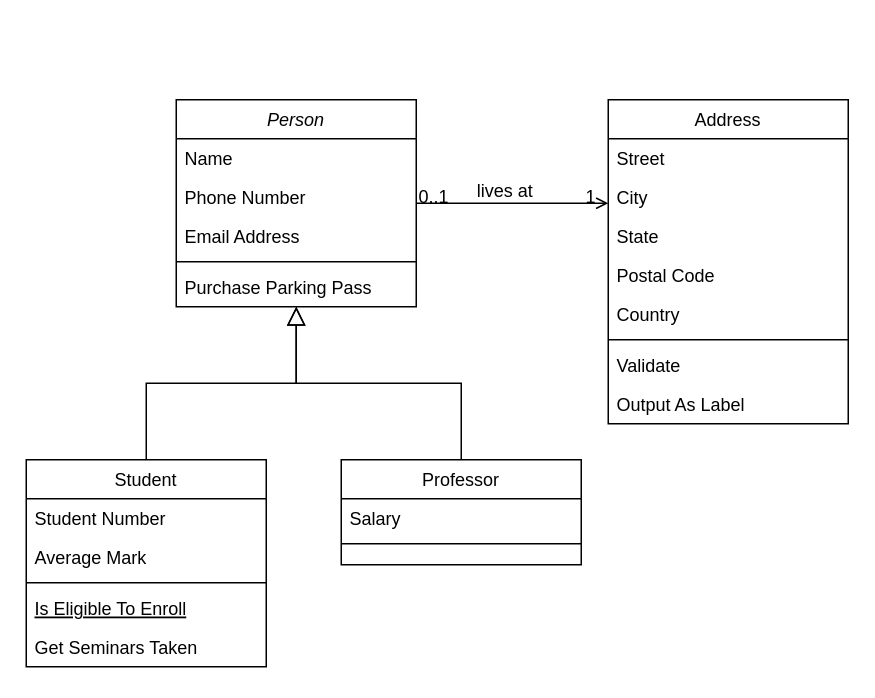
The draw.io diagram Inventory.drawio in JCKaren/Project_TP, before the edit. Source tidied: cells renumbered, new cells numbered last; positions are measured from the earlier drawing's top-left corner, leaving out a move shared by most shapes. Both pictures are drawn from the tidied source at 150%, with x=0, y=0 at pixel (26, 99).
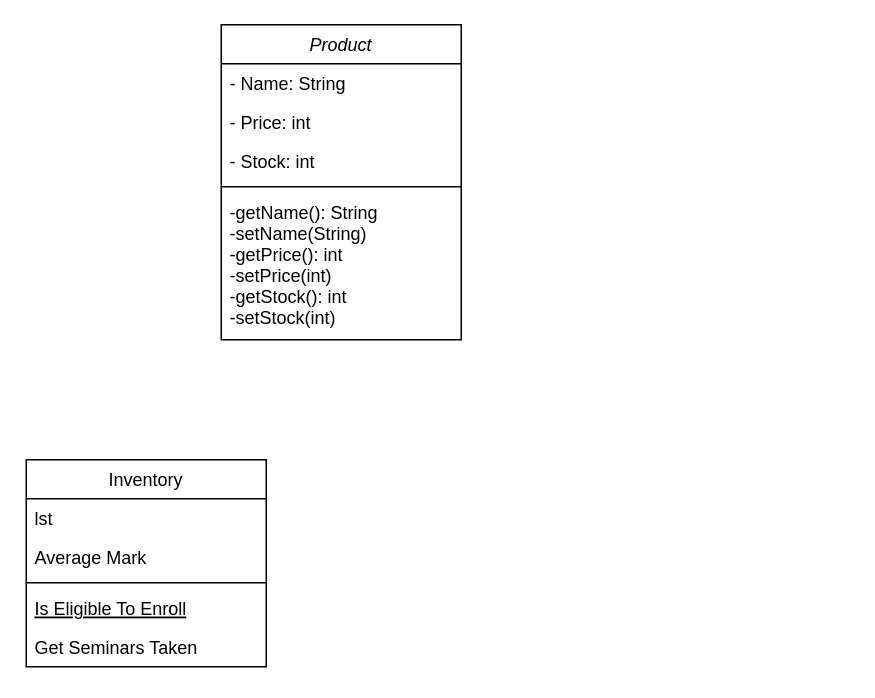
The same diagram, later.

What changed in the source:
```diff
@@
-    <mxCell id="2" value="Person" style="swimlane;fontStyle=2;align=center;verticalAlign=top;horizontal=1;startSize=26;rounded=0;shadow=0;strokeWidth=1;" parent="1" vertex="1">
-      <mxGeometry x="100" width="160" height="138" as="geometry" />
+    <mxCell id="2" value="Product" style="swimlane;fontStyle=2;align=center;verticalAlign=top;horizontal=1;startSize=26;rounded=0;shadow=0;strokeWidth=1;" parent="1" vertex="1">
+      <mxGeometry x="130" y="-50" width="160" height="210" as="geometry" />
     </mxCell>
-    <mxCell id="3" value="Name" style="text;align=left;verticalAlign=top;spacingLeft=4;spacingRight=4;overflow=hidden;" parent="2" vertex="1">
+    <mxCell id="3" value="- Name: String" style="text;align=left;verticalAlign=top;spacingLeft=4;spacingRight=4;overflow=hidden;" parent="2" vertex="1">
       <mxGeometry y="26" width="160" height="26" as="geometry" />
     </mxCell>
-    <mxCell id="4" value="Phone Number" style="text;align=left;verticalAlign=top;spacingLeft=4;spacingRight=4;overflow=hidden;rounded=0;shadow=0;html=0;" parent="2" vertex="1">
+    <mxCell id="4" value="- Price: int" style="text;align=left;verticalAlign=top;spacingLeft=4;spacingRight=4;overflow=hidden;rounded=0;shadow=0;html=0;" parent="2" vertex="1">
       <mxGeometry y="52" width="160" height="26" as="geometry" />
     </mxCell>
-    <mxCell id="5" value="Email Address" style="text;align=left;verticalAlign=top;spacingLeft=4;spacingRight=4;overflow=hidden;rounded=0;shadow=0;html=0;" parent="2" vertex="1">
+    <mxCell id="5" value="- Stock: int" style="text;align=left;verticalAlign=top;spacingLeft=4;spacingRight=4;overflow=hidden;rounded=0;shadow=0;html=0;" parent="2" vertex="1">
       <mxGeometry y="78" width="160" height="26" as="geometry" />
     </mxCell>
@@
-    <mxCell id="7" value="Purchase Parking Pass" style="text;align=left;verticalAlign=top;spacingLeft=4;spacingRight=4;overflow=hidden;" parent="2" vertex="1">
-      <mxGeometry y="112" width="160" height="26" as="geometry" />
+    <mxCell id="7" value="-getName(): String&#10;-setName(String)&#10;-getPrice(): int&#10;-setPrice(int)&#10;-getStock(): int&#10;-setStock(int)" style="text;align=left;verticalAlign=top;spacingLeft=4;spacingRight=4;overflow=hidden;" parent="2" vertex="1">
+      <mxGeometry y="112" width="160" height="98" as="geometry" />
     </mxCell>
-    <mxCell id="8" value="Student" style="swimlane;fontStyle=0;align=center;verticalAlign=top;horizontal=1;startSize=26;rounded=0;shadow=0;strokeWidth=1;" parent="1" vertex="1">
+    <mxCell id="8" value="Inventory" style="swimlane;fontStyle=0;align=center;verticalAlign=top;horizontal=1;startSize=26;rounded=0;shadow=0;strokeWidth=1;" parent="1" vertex="1">
       <mxGeometry y="240" width="160" height="138" as="geometry" />
     </mxCell>
-    <mxCell id="9" value="Student Number" style="text;align=left;verticalAlign=top;spacingLeft=4;spacingRight=4;overflow=hidden;" parent="8" vertex="1">
+    <mxCell id="9" value="lst" style="text;align=left;verticalAlign=top;spacingLeft=4;spacingRight=4;overflow=hidden;" parent="8" vertex="1">
       <mxGeometry y="26" width="160" height="26" as="geometry" />
     </mxCell>
@@
-    <mxCell id="14" style="endArrow=block;endSize=10;endFill=0;shadow=0;strokeWidth=1;rounded=0;curved=0;edgeStyle=elbowEdgeStyle;elbow=vertical;" parent="1" edge="1" source="8" target="2">
-      <mxGeometry relative="1" as="geometry" />
-    </mxCell>
-    <mxCell id="15" value="Professor" style="swimlane;fontStyle=0;align=center;verticalAlign=top;horizontal=1;startSize=26;rounded=0;shadow=0;strokeWidth=1;" parent="1" vertex="1">
-      <mxGeometry x="210" y="240" width="160" height="70" as="geometry" />
-    </mxCell>
-    <mxCell id="16" value="Salary" style="text;align=left;verticalAlign=top;spacingLeft=4;spacingRight=4;overflow=hidden;" parent="15" vertex="1">
-      <mxGeometry y="26" width="160" height="26" as="geometry" />
-    </mxCell>
-    <mxCell id="17" style="line;html=1;strokeWidth=1;align=left;verticalAlign=middle;spacingTop=-1;spacingLeft=3;spacingRight=3;labelPosition=right;" parent="15" vertex="1">
-      <mxGeometry y="52" width="160" height="8" as="geometry" />
-    </mxCell>
-    <mxCell id="18" style="endArrow=block;endSize=10;endFill=0;shadow=0;strokeWidth=1;rounded=0;curved=0;edgeStyle=elbowEdgeStyle;elbow=vertical;" parent="1" edge="1" source="15" target="2">
-      <mxGeometry relative="1" as="geometry" />
-    </mxCell>
-    <mxCell id="19" value="Address" style="swimlane;fontStyle=0;align=center;verticalAlign=top;horizontal=1;startSize=26;rounded=0;shadow=0;strokeWidth=1;" parent="1" vertex="1">
-      <mxGeometry x="388" width="160" height="216" as="geometry" />
-    </mxCell>
-    <mxCell id="20" value="Street" style="text;align=left;verticalAlign=top;spacingLeft=4;spacingRight=4;overflow=hidden;" parent="19" vertex="1">
-      <mxGeometry y="26" width="160" height="26" as="geometry" />
-    </mxCell>
-    <mxCell id="21" value="City" style="text;align=left;verticalAlign=top;spacingLeft=4;spacingRight=4;overflow=hidden;rounded=0;shadow=0;html=0;" parent="19" vertex="1">
-      <mxGeometry y="52" width="160" height="26" as="geometry" />
-    </mxCell>
-    <mxCell id="22" value="State" style="text;align=left;verticalAlign=top;spacingLeft=4;spacingRight=4;overflow=hidden;rounded=0;shadow=0;html=0;" parent="19" vertex="1">
-      <mxGeometry y="78" width="160" height="26" as="geometry" />
-    </mxCell>
-    <mxCell id="23" value="Postal Code" style="text;align=left;verticalAlign=top;spacingLeft=4;spacingRight=4;overflow=hidden;rounded=0;shadow=0;html=0;" parent="19" vertex="1">
-      <mxGeometry y="104" width="160" height="26" as="geometry" />
-    </mxCell>
-    <mxCell id="24" value="Country" style="text;align=left;verticalAlign=top;spacingLeft=4;spacingRight=4;overflow=hidden;rounded=0;shadow=0;html=0;" parent="19" vertex="1">
-      <mxGeometry y="130" width="160" height="26" as="geometry" />
-    </mxCell>
-    <mxCell id="25" style="line;html=1;strokeWidth=1;align=left;verticalAlign=middle;spacingTop=-1;spacingLeft=3;spacingRight=3;labelPosition=right;" parent="19" vertex="1">
-      <mxGeometry y="156" width="160" height="8" as="geometry" />
-    </mxCell>
-    <mxCell id="26" value="Validate" style="text;align=left;verticalAlign=top;spacingLeft=4;spacingRight=4;overflow=hidden;" parent="19" vertex="1">
-      <mxGeometry y="164" width="160" height="26" as="geometry" />
-    </mxCell>
-    <mxCell id="27" value="Output As Label" style="text;align=left;verticalAlign=top;spacingLeft=4;spacingRight=4;overflow=hidden;" parent="19" vertex="1">
-      <mxGeometry y="190" width="160" height="26" as="geometry" />
-    </mxCell>
-    <mxCell id="28" style="endArrow=open;shadow=0;strokeWidth=1;rounded=0;curved=0;endFill=1;edgeStyle=elbowEdgeStyle;elbow=vertical;" parent="1" edge="1" source="2" target="19">
-      <mxGeometry x="0.5" y="41" relative="1" as="geometry">
-        <mxPoint x="-40" y="32" as="offset" />
-      </mxGeometry>
-    </mxCell>
-    <mxCell id="29" value="0..1" style="align=left;verticalAlign=bottom;labelBackgroundColor=none;fontSize=12;" parent="28" vertex="1">
-      <mxGeometry x="-1" relative="1" as="geometry">
-        <mxPoint y="4" as="offset" />
-      </mxGeometry>
-    </mxCell>
-    <mxCell id="30" value="1" style="align=right;verticalAlign=bottom;labelBackgroundColor=none;fontSize=12;" parent="28" vertex="1">
-      <mxGeometry x="1" relative="1" as="geometry">
-        <mxPoint x="-7" y="4" as="offset" />
-      </mxGeometry>
-    </mxCell>
-    <mxCell id="31" value="lives at" style="text;html=1;align=center;verticalAlign=middle;labelBackgroundColor=none;rounded=0;shadow=0;strokeWidth=1;fontSize=12;" parent="28" vertex="1">
-      <mxGeometry x="0.5" y="49" relative="1" as="geometry">
-        <mxPoint x="-38" y="40" as="offset" />
-      </mxGeometry>
-    </mxCell>
```
